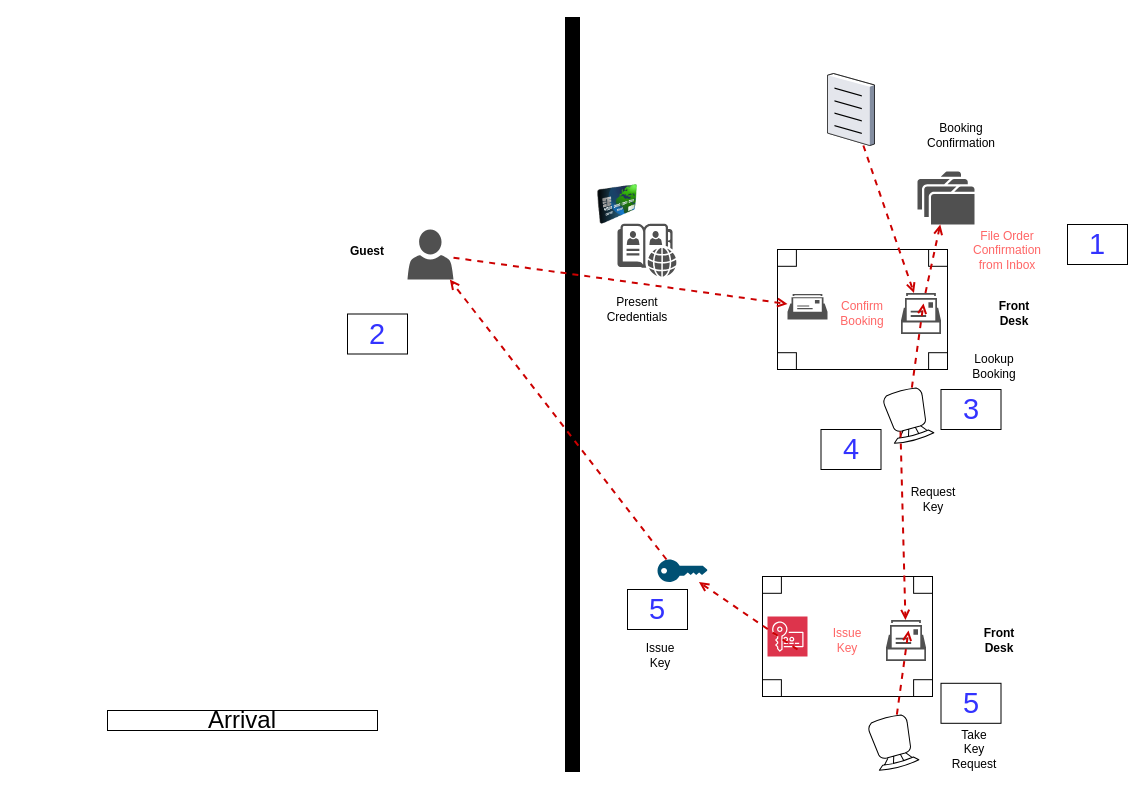
Earlier version of the draw.io diagram resources/Order Confirmation.drawio (iancooper/practical-messaging). Source tidied: cells renumbered, new cells numbered last; positions are measured from the earlier drawing's top-left corner, leaving out a move shared by most shapes. Both pictures are drawn from the tidied source at 100%, with x=0, y=0 at pixel (107, 19).
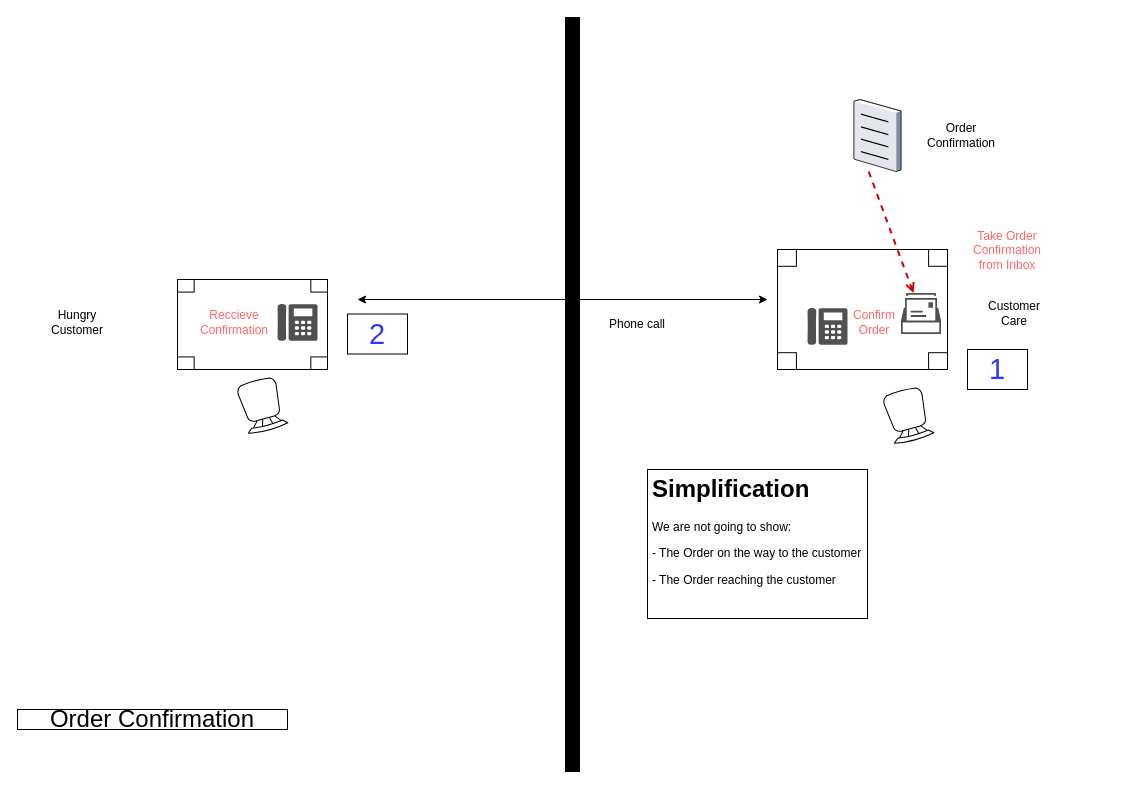
The same page after the edit.

Unchanged cells that the change refers to:
```xml
<mxCell id="5" style="verticalLabelPosition=bottom;html=1;verticalAlign=top;align=center;shape=mxgraph.floorplan.chair;rotation=-195;" parent="1" vertex="1">
  <mxGeometry x="780" y="370" width="41" height="52" as="geometry" />
</mxCell>
<mxCell id="7" style="sketch=0;shadow=0;dashed=0;html=1;strokeColor=none;fillColor=#505050;labelPosition=center;verticalLabelPosition=bottom;verticalAlign=top;outlineConnect=0;align=center;shape=mxgraph.office.concepts.mailbox2;" parent="1" vertex="1">
  <mxGeometry x="793.5" y="273.5" width="40" height="41" as="geometry" />
</mxCell>
```

What changed in the source:
```diff
@@
-    <mxCell id="3" value="Arrival" style="text;html=1;strokeColor=default;fillColor=none;align=center;verticalAlign=middle;whiteSpace=wrap;rounded=0;fontColor=#000000;fontSize=24;" parent="1" vertex="1">
-      <mxGeometry y="691" width="270" height="20" as="geometry" />
+    <mxCell id="3" value="Order Confirmation" style="text;html=1;strokeColor=default;fillColor=none;align=center;verticalAlign=middle;whiteSpace=wrap;rounded=0;fontColor=#000000;fontSize=24;" parent="1" vertex="1">
+      <mxGeometry x="-90" y="690" width="270" height="20" as="geometry" />
     </mxCell>
@@
+    <mxCell id="44" style="sketch=0;shadow=0;dashed=0;html=1;strokeColor=none;fillColor=#505050;labelPosition=center;verticalLabelPosition=bottom;verticalAlign=top;align=center;shape=mxgraph.office.devices.phone_digital;" parent="1" vertex="1">
+      <mxGeometry x="700" y="288.5" width="40" height="37" as="geometry" />
+    </mxCell>
-    <mxCell id="6" value="&lt;font color=&quot;#ff6666&quot;&gt;Confirm Booking&lt;/font&gt;" style="text;html=1;strokeColor=none;fillColor=none;align=center;verticalAlign=middle;whiteSpace=wrap;rounded=0;" parent="1" vertex="1">
-      <mxGeometry x="728.2" y="251.2" width="53.5" height="85.5" as="geometry" />
+    <mxCell id="6" value="&lt;font color=&quot;#ff6666&quot;&gt;Confirm Order&lt;/font&gt;" style="text;html=1;strokeColor=none;fillColor=none;align=center;verticalAlign=middle;whiteSpace=wrap;rounded=0;" parent="1" vertex="1">
+      <mxGeometry x="740" y="260.2" width="53.5" height="85.5" as="geometry" />
     </mxCell>
@@
-    <mxCell id="8" value="&lt;b&gt;Front Desk&lt;/b&gt;" style="text;html=1;strokeColor=none;fillColor=none;align=center;verticalAlign=middle;whiteSpace=wrap;rounded=0;" parent="1" vertex="1">
+    <mxCell id="8" value="Customer&lt;br&gt;Care" style="text;html=1;strokeColor=none;fillColor=none;align=center;verticalAlign=middle;whiteSpace=wrap;rounded=0;" parent="1" vertex="1">
       <mxGeometry x="886.8" y="284" width="40" height="20" as="geometry" />
     </mxCell>
     <mxCell id="9" value="&lt;font style=&quot;font-size: 29px&quot;&gt;1&lt;/font&gt;" style="text;html=1;strokeColor=default;fillColor=none;align=center;verticalAlign=middle;whiteSpace=wrap;rounded=0;fontColor=#3333FF;" parent="1" vertex="1">
-      <mxGeometry x="960" y="205" width="60" height="40" as="geometry" />
+      <mxGeometry x="860" y="330" width="60" height="40" as="geometry" />
     </mxCell>
     <mxCell id="10" style="verticalLabelPosition=bottom;sketch=0;html=1;verticalAlign=top;strokeColor=none;align=center;outlineConnect=0;shape=mxgraph.citrix.document;fillColor=#FF3333;" parent="1" vertex="1">
-      <mxGeometry x="720" y="54" width="47" height="72" as="geometry" />
+      <mxGeometry x="746.5" y="80" width="47" height="72" as="geometry" />
     </mxCell>
-    <mxCell id="11" style="endArrow=open;dashed=1;html=1;strokeColor=#CC0000;endFill=0;strokeWidth=2;" parent="1" edge="1" source="10" target="7">
-      <mxGeometry relative="1" as="geometry" />
+    <mxCell id="11" style="endArrow=open;dashed=1;html=1;strokeColor=#CC0000;endFill=0;strokeWidth=2;" parent="1" edge="1" target="7">
+      <mxGeometry relative="1" as="geometry">
+        <mxPoint x="761.2" y="152" as="sourcePoint" />
+      </mxGeometry>
     </mxCell>
-    <mxCell id="12" value="&lt;font color=&quot;#ff6666&quot;&gt;File Order&lt;br&gt;Confirmation from Inbox&lt;/font&gt;" style="text;html=1;strokeColor=none;fillColor=none;align=center;verticalAlign=middle;whiteSpace=wrap;rounded=0;" parent="1" vertex="1">
+    <mxCell id="12" value="&lt;font color=&quot;#ff6666&quot;&gt;Take Order&lt;br&gt;Confirmation from Inbox&lt;/font&gt;" style="text;html=1;strokeColor=none;fillColor=none;align=center;verticalAlign=middle;whiteSpace=wrap;rounded=0;" parent="1" vertex="1">
       <mxGeometry x="873.2" y="188" width="53.5" height="85.5" as="geometry" />
     </mxCell>
-    <mxCell id="13" value="Booking Confirmation" style="text;html=1;strokeColor=none;fillColor=none;align=center;verticalAlign=middle;whiteSpace=wrap;rounded=0;" parent="1" vertex="1">
+    <mxCell id="13" value="Order Confirmation" style="text;html=1;strokeColor=none;fillColor=none;align=center;verticalAlign=middle;whiteSpace=wrap;rounded=0;" parent="1" vertex="1">
       <mxGeometry x="833.5" y="106" width="40" height="20" as="geometry" />
     </mxCell>
+    <mxCell id="45" style="endArrow=classic;html=1;startArrow=classic;startFill=1;" parent="1" edge="1">
+      <mxGeometry relative="1" as="geometry">
+        <mxPoint x="250" y="280" as="sourcePoint" />
+        <mxPoint x="660" y="280" as="targetPoint" />
+      </mxGeometry>
+    </mxCell>
+    <mxCell id="46" value="Phone call" style="text;html=1;strokeColor=none;fillColor=none;align=center;verticalAlign=middle;whiteSpace=wrap;rounded=0;" parent="1" vertex="1">
+      <mxGeometry x="490" y="294.5" width="80" height="20" as="geometry" />
+    </mxCell>
+    <mxCell id="47" style="verticalLabelPosition=bottom;html=1;verticalAlign=top;align=center;shape=mxgraph.floorplan.table;" parent="1" vertex="1">
+      <mxGeometry x="70" y="260" width="150" height="90" as="geometry" />
+    </mxCell>
+    <mxCell id="48" style="verticalLabelPosition=bottom;html=1;verticalAlign=top;align=center;shape=mxgraph.floorplan.chair;rotation=-195;" parent="1" vertex="1">
+      <mxGeometry x="134" y="360" width="41" height="52" as="geometry" />
+    </mxCell>
+    <mxCell id="49" style="sketch=0;shadow=0;dashed=0;html=1;strokeColor=none;fillColor=#505050;labelPosition=center;verticalLabelPosition=bottom;verticalAlign=top;align=center;shape=mxgraph.office.devices.phone_digital;" parent="1" vertex="1">
+      <mxGeometry x="170" y="284.5" width="40" height="37" as="geometry" />
+    </mxCell>
+    <mxCell id="50" value="&lt;font color=&quot;#ff6666&quot;&gt;Reccieve&lt;br&gt;Confirmation&lt;br&gt;&lt;/font&gt;" style="text;html=1;strokeColor=none;fillColor=none;align=center;verticalAlign=middle;whiteSpace=wrap;rounded=0;" parent="1" vertex="1">
+      <mxGeometry x="100" y="260" width="53.5" height="85.5" as="geometry" />
+    </mxCell>
-    <mxCell id="14" value="&lt;b&gt;Guest&lt;/b&gt;" style="text;html=1;strokeColor=none;fillColor=none;align=center;verticalAlign=middle;whiteSpace=wrap;rounded=0;" parent="1" vertex="1">
-      <mxGeometry x="240" y="222" width="40" height="20" as="geometry" />
+    <mxCell id="14" value="Hungry Customer" style="text;html=1;strokeColor=none;fillColor=none;align=center;verticalAlign=middle;whiteSpace=wrap;rounded=0;" parent="1" vertex="1">
+      <mxGeometry x="-50" y="292.8" width="40" height="20" as="geometry" />
     </mxCell>
@@
-    <mxCell id="16" style="sketch=0;shadow=0;dashed=0;html=1;strokeColor=none;fillColor=#505050;labelPosition=center;verticalLabelPosition=bottom;verticalAlign=top;outlineConnect=0;align=center;shape=mxgraph.office.users.user;" parent="1" vertex="1">
-      <mxGeometry x="300" y="210" width="46" height="50" as="geometry" />
-    </mxCell>
-    <mxCell id="17" style="sketch=0;shadow=0;dashed=0;html=1;strokeColor=none;fillColor=#505050;labelPosition=center;verticalLabelPosition=bottom;verticalAlign=top;outlineConnect=0;align=center;shape=mxgraph.office.concepts.mailbox;" parent="1" vertex="1">
-      <mxGeometry x="680" y="274.5" width="40" height="25.5" as="geometry" />
-    </mxCell>
-    <mxCell id="18" style="endArrow=open;dashed=1;html=1;strokeColor=#CC0000;endFill=0;strokeWidth=2;" parent="1" edge="1" source="16" target="17">
-      <mxGeometry relative="1" as="geometry" />
-    </mxCell>
-    <mxCell id="19" style="sketch=0;shadow=0;dashed=0;html=1;strokeColor=none;fillColor=#505050;labelPosition=center;verticalLabelPosition=bottom;verticalAlign=top;outlineConnect=0;align=center;shape=mxgraph.office.concepts.folders;" parent="1" vertex="1">
-      <mxGeometry x="810" y="152" width="57" height="53" as="geometry" />
-    </mxCell>
-    <mxCell id="20" style="endArrow=open;dashed=1;html=1;strokeColor=#CC0000;endFill=0;strokeWidth=2;" parent="1" edge="1" source="7" target="19">
-      <mxGeometry relative="1" as="geometry" />
-    </mxCell>
-    <mxCell id="21" value="Present Credentials" style="text;html=1;strokeColor=none;fillColor=none;align=center;verticalAlign=middle;whiteSpace=wrap;rounded=0;" parent="1" vertex="1">
-      <mxGeometry x="510" y="280" width="40" height="20" as="geometry" />
-    </mxCell>
-    <mxCell id="22" style="sketch=0;shadow=0;dashed=0;html=1;strokeColor=none;fillColor=#505050;labelPosition=center;verticalLabelPosition=bottom;verticalAlign=top;align=center;shape=mxgraph.office.communications.global_address_list;" parent="1" vertex="1">
-      <mxGeometry x="510" y="204.2" width="59" height="53" as="geometry" />
-    </mxCell>
-    <mxCell id="23" style="image;html=1;image=img/lib/clip_art/finance/Credit_Card_128x128.png;" parent="1" vertex="1">
-      <mxGeometry x="490" y="160" width="40" height="50" as="geometry" />
-    </mxCell>
-    <mxCell id="24" style="endArrow=open;dashed=1;html=1;strokeColor=#CC0000;endFill=0;strokeWidth=2;" parent="1" edge="1" source="5">
-      <mxGeometry relative="1" as="geometry">
-        <mxPoint x="816" y="284" as="targetPoint" />
-      </mxGeometry>
-    </mxCell>
-    <mxCell id="25" value="&lt;font style=&quot;font-size: 29px&quot;&gt;3&lt;/font&gt;" style="text;html=1;strokeColor=default;fillColor=none;align=center;verticalAlign=middle;whiteSpace=wrap;rounded=0;fontColor=#3333FF;" parent="1" vertex="1">
-      <mxGeometry x="833.5" y="370" width="60" height="40" as="geometry" />
-    </mxCell>
-    <mxCell id="26" value="Lookup Booking" style="text;html=1;strokeColor=none;fillColor=none;align=center;verticalAlign=middle;whiteSpace=wrap;rounded=0;" parent="1" vertex="1">
-      <mxGeometry x="867" y="336.8" width="40" height="20" as="geometry" />
-    </mxCell>
-    <mxCell id="27" style="verticalLabelPosition=bottom;html=1;verticalAlign=top;align=center;shape=mxgraph.floorplan.table;" parent="1" vertex="1">
-      <mxGeometry x="655" y="557" width="170" height="120" as="geometry" />
-    </mxCell>
-    <mxCell id="28" style="verticalLabelPosition=bottom;html=1;verticalAlign=top;align=center;shape=mxgraph.floorplan.chair;rotation=-195;" parent="1" vertex="1">
-      <mxGeometry x="765" y="697" width="41" height="52" as="geometry" />
-    </mxCell>
-    <mxCell id="29" value="&lt;font color=&quot;#ff6666&quot;&gt;Issue Key&lt;/font&gt;" style="text;html=1;strokeColor=none;fillColor=none;align=center;verticalAlign=middle;whiteSpace=wrap;rounded=0;" parent="1" vertex="1">
-      <mxGeometry x="713.2" y="578.2" width="53.5" height="85.5" as="geometry" />
-    </mxCell>
-    <mxCell id="30" style="sketch=0;shadow=0;dashed=0;html=1;strokeColor=none;fillColor=#505050;labelPosition=center;verticalLabelPosition=bottom;verticalAlign=top;outlineConnect=0;align=center;shape=mxgraph.office.concepts.mailbox2;" parent="1" vertex="1">
-      <mxGeometry x="778.5" y="600.5" width="40" height="41" as="geometry" />
-    </mxCell>
-    <mxCell id="31" value="&lt;b&gt;Front Desk&lt;/b&gt;" style="text;html=1;strokeColor=none;fillColor=none;align=center;verticalAlign=middle;whiteSpace=wrap;rounded=0;" parent="1" vertex="1">
-      <mxGeometry x="871.8" y="611" width="40" height="20" as="geometry" />
-    </mxCell>
-    <mxCell id="32" style="endArrow=open;dashed=1;html=1;strokeColor=#CC0000;endFill=0;strokeWidth=2;exitX=0.778;exitY=0.24;exitDx=0;exitDy=0;exitPerimeter=0;" parent="1" edge="1" source="5" target="30">
-      <mxGeometry relative="1" as="geometry" />
-    </mxCell>
-    <mxCell id="33" style="endArrow=open;dashed=1;html=1;strokeColor=#CC0000;endFill=0;strokeWidth=2;" parent="1" edge="1" source="28">
-      <mxGeometry relative="1" as="geometry">
-        <mxPoint x="801" y="611" as="targetPoint" />
-      </mxGeometry>
-    </mxCell>
-    <mxCell id="34" value="&lt;font style=&quot;font-size: 29px&quot;&gt;5&lt;/font&gt;" style="text;html=1;strokeColor=default;fillColor=none;align=center;verticalAlign=middle;whiteSpace=wrap;rounded=0;fontColor=#3333FF;" parent="1" vertex="1">
-      <mxGeometry x="833.5" y="663.8" width="60" height="40" as="geometry" />
-    </mxCell>
-    <mxCell id="35" value="Request Key" style="text;html=1;strokeColor=none;fillColor=none;align=center;verticalAlign=middle;whiteSpace=wrap;rounded=0;" parent="1" vertex="1">
-      <mxGeometry x="806" y="470" width="40" height="20" as="geometry" />
-    </mxCell>
-    <mxCell id="36" value="&lt;font style=&quot;font-size: 29px&quot;&gt;4&lt;/font&gt;" style="text;html=1;strokeColor=default;fillColor=none;align=center;verticalAlign=middle;whiteSpace=wrap;rounded=0;fontColor=#3333FF;" parent="1" vertex="1">
-      <mxGeometry x="713.5" y="410" width="60" height="40" as="geometry" />
-    </mxCell>
-    <mxCell id="37" style="points=[[0,0.5,0],[0.24,0,0],[0.5,0.28,0],[0.995,0.475,0],[0.5,0.72,0],[0.24,1,0]];verticalLabelPosition=bottom;sketch=0;html=1;verticalAlign=top;align=center;shape=mxgraph.cisco19.key;fillColor=#005073;strokeColor=none;" parent="1" vertex="1">
-      <mxGeometry x="550" y="540" width="50" height="22.5" as="geometry" />
-    </mxCell>
-    <mxCell id="38" style="sketch=0;fontColor=#232F3E;fillColor=#DD344C;strokeColor=#ffffff;dashed=0;verticalLabelPosition=bottom;verticalAlign=top;align=center;html=1;fontSize=12;fontStyle=0;shape=mxgraph.aws4.resourceIcon;resIcon=mxgraph.aws4.key_management_service;" parent="1" vertex="1">
-      <mxGeometry x="660" y="597" width="40" height="40" as="geometry" />
-    </mxCell>
-    <mxCell id="39" style="endArrow=open;dashed=1;html=1;strokeColor=#CC0000;endFill=0;strokeWidth=2;" parent="1" edge="1" target="37">
-      <mxGeometry relative="1" as="geometry">
-        <mxPoint x="690" y="630" as="sourcePoint" />
-      </mxGeometry>
-    </mxCell>
-    <mxCell id="40" style="endArrow=open;dashed=1;html=1;strokeColor=#CC0000;endFill=0;strokeWidth=2;" parent="1" edge="1" target="16">
-      <mxGeometry relative="1" as="geometry">
-        <mxPoint x="559" y="540" as="sourcePoint" />
-      </mxGeometry>
-    </mxCell>
-    <mxCell id="41" value="Take Key Request" style="text;html=1;strokeColor=none;fillColor=none;align=center;verticalAlign=middle;whiteSpace=wrap;rounded=0;" parent="1" vertex="1">
-      <mxGeometry x="846.8" y="720" width="40" height="20" as="geometry" />
-    </mxCell>
-    <mxCell id="42" value="&lt;font style=&quot;font-size: 29px&quot;&gt;5&lt;/font&gt;" style="text;html=1;strokeColor=default;fillColor=none;align=center;verticalAlign=middle;whiteSpace=wrap;rounded=0;fontColor=#3333FF;" parent="1" vertex="1">
-      <mxGeometry x="520" y="570" width="60" height="40" as="geometry" />
-    </mxCell>
-    <mxCell id="43" value="Issue&lt;div&gt;Key&lt;/div&gt;" style="text;html=1;strokeColor=none;fillColor=none;align=center;verticalAlign=middle;whiteSpace=wrap;rounded=0;" parent="1" vertex="1">
-      <mxGeometry x="533.2" y="626.2" width="40" height="20" as="geometry" />
-    </mxCell>
+    <mxCell id="51" value="&lt;h1&gt;Simplification&lt;/h1&gt;&lt;p&gt;We are not going to show:&lt;/p&gt;&lt;p&gt;- The Order on the way to the customer&lt;/p&gt;&lt;p&gt;- The Order reaching the customer&lt;/p&gt;" style="text;html=1;strokeColor=default;fillColor=none;spacing=5;spacingTop=-20;whiteSpace=wrap;overflow=hidden;rounded=0;" parent="1" vertex="1">
+      <mxGeometry x="540" y="450" width="220" height="149" as="geometry" />
+    </mxCell>
```
